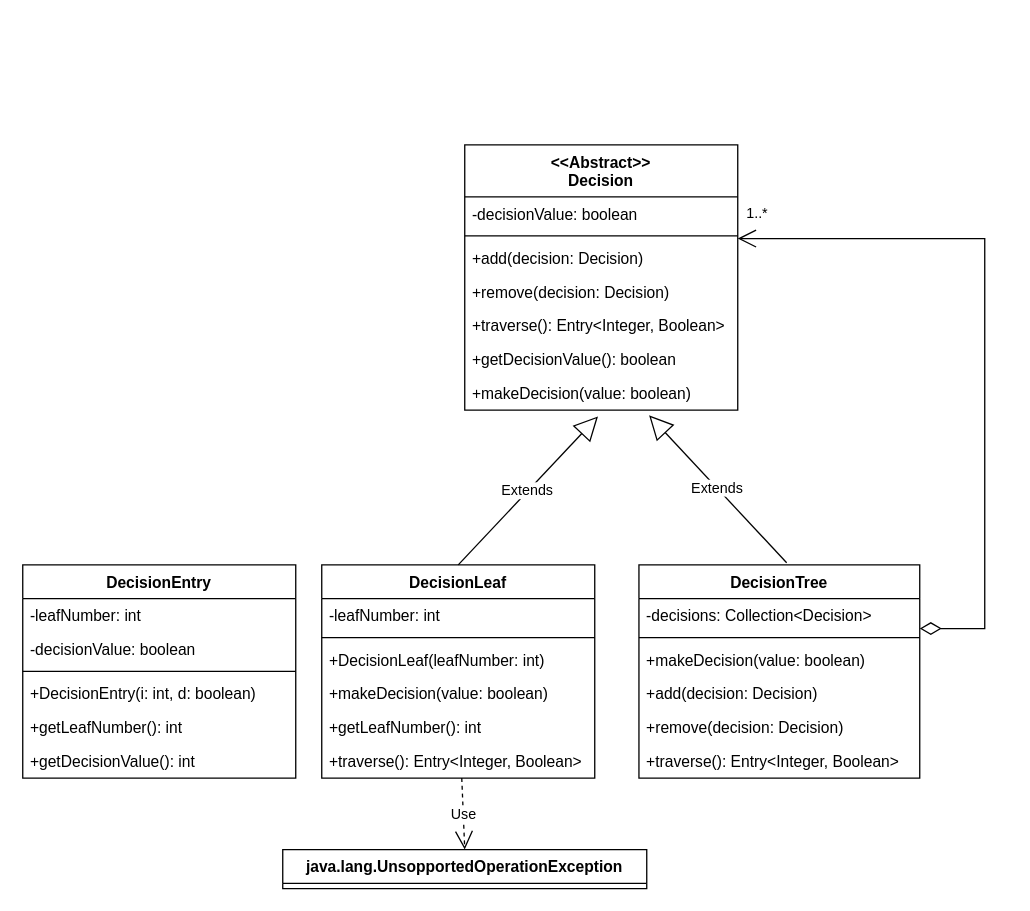
This is log/diagrams/UML/Raffaele/Secondo sprint - tasks.drawio from weiss25r/Progetto-ISS-2022-2023, a draw.io file, before an edit. Source tidied: cells renumbered, new cells numbered last; positions are measured from the earlier drawing's top-left corner, leaving out a move shared by most shapes. Both pictures are drawn from the tidied source at 130%, with x=0, y=0 at pixel (22, 144).
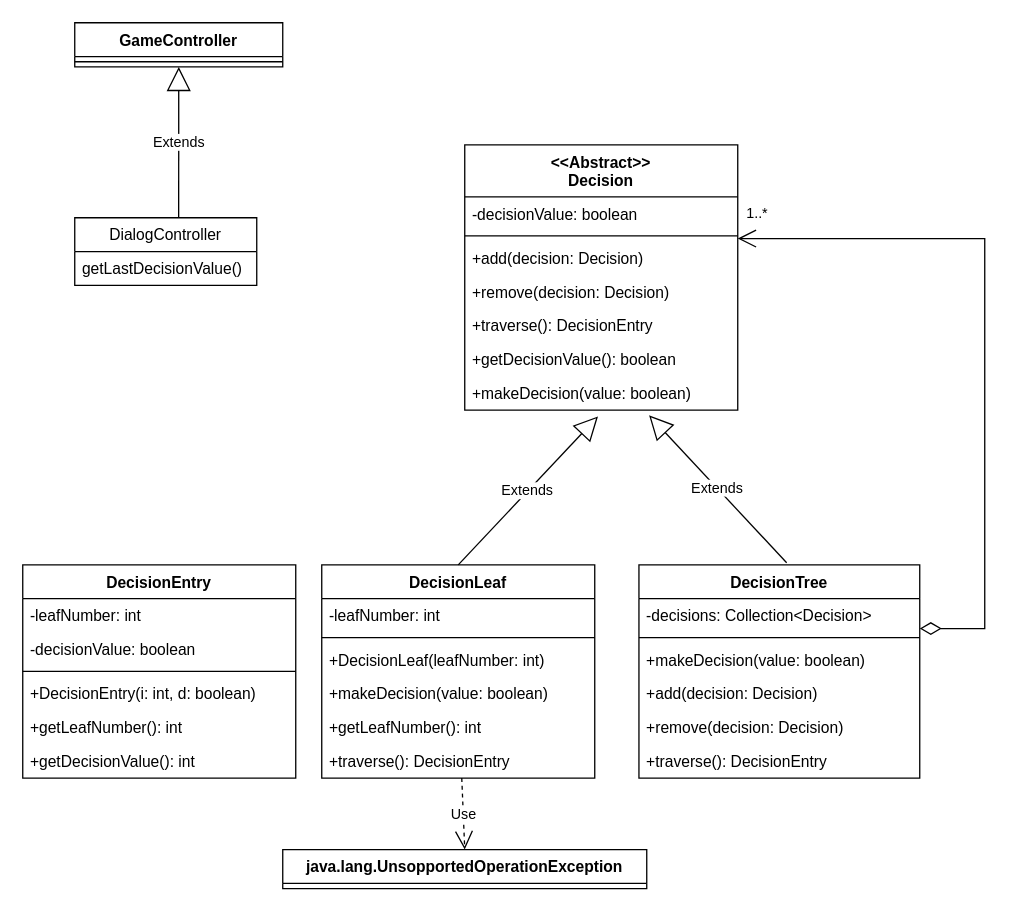
Above is the later version.

Unchanged cells that the change refers to:
```xml
<mxCell id="2" value="&lt;&lt;Abstract&gt;&gt;&#10;Decision&#10;" style="swimlane;fontStyle=1;align=center;verticalAlign=top;horizontal=1;startSize=40;" parent="1" vertex="1">
  <mxGeometry x="340" width="210" height="204" as="geometry" />
</mxCell>
<mxCell id="10" value="DecisionLeaf" style="swimlane;fontStyle=1;align=center;verticalAlign=top;horizontal=1;startSize=26;" parent="1" vertex="1">
  <mxGeometry x="230" y="323" width="210" height="164" as="geometry" />
</mxCell>
<mxCell id="17" value="DecisionTree" style="swimlane;fontStyle=1;align=center;verticalAlign=top;horizontal=1;startSize=26;" parent="1" vertex="1">
  <mxGeometry x="474" y="323" width="216" height="164" as="geometry" />
</mxCell>
```

The edit, as a diff of the source:
```diff
@@
-    <mxCell id="7" value="+traverse(): Entry&lt;Integer, Boolean&gt;" style="text;strokeColor=none;fillColor=none;align=left;verticalAlign=top;spacingLeft=4;spacingRight=4;overflow=hidden;" parent="2" vertex="1">
+    <mxCell id="7" value="+traverse(): DecisionEntry" style="text;strokeColor=none;fillColor=none;align=left;verticalAlign=top;spacingLeft=4;spacingRight=4;overflow=hidden;" parent="2" vertex="1">
       <mxGeometry y="126" width="210" height="26" as="geometry" />
     </mxCell>
@@
-    <mxCell id="16" value="+traverse(): Entry&lt;Integer, Boolean&gt;" style="text;strokeColor=none;fillColor=none;align=left;verticalAlign=top;spacingLeft=4;spacingRight=4;overflow=hidden;" parent="10" vertex="1">
+    <mxCell id="16" value="+traverse(): DecisionEntry" style="text;strokeColor=none;fillColor=none;align=left;verticalAlign=top;spacingLeft=4;spacingRight=4;overflow=hidden;" parent="10" vertex="1">
       <mxGeometry y="138" width="210" height="26" as="geometry" />
     </mxCell>
@@
-    <mxCell id="23" value="+traverse(): Entry&lt;Integer, Boolean&gt;" style="text;strokeColor=none;fillColor=none;align=left;verticalAlign=top;spacingLeft=4;spacingRight=4;overflow=hidden;" parent="17" vertex="1">
+    <mxCell id="23" value="+traverse(): DecisionEntry" style="text;strokeColor=none;fillColor=none;align=left;verticalAlign=top;spacingLeft=4;spacingRight=4;overflow=hidden;" parent="17" vertex="1">
       <mxGeometry y="138" width="216" height="26" as="geometry" />
     </mxCell>
@@
+    <mxCell id="36" value="DialogController" style="swimlane;fontStyle=0;horizontal=1;startSize=26;fillColor=none;" parent="1" vertex="1">
+      <mxGeometry x="40" y="56" width="140" height="52" as="geometry" />
+    </mxCell>
+    <mxCell id="37" value="getLastDecisionValue()" style="text;strokeColor=none;fillColor=none;align=left;verticalAlign=top;spacingLeft=4;spacingRight=4;overflow=hidden;" parent="36" vertex="1">
+      <mxGeometry y="26" width="140" height="26" as="geometry" />
+    </mxCell>
+    <mxCell id="38" value="GameController" style="swimlane;fontStyle=1;align=center;verticalAlign=top;horizontal=1;startSize=26;" parent="1" vertex="1">
+      <mxGeometry x="40" y="-94" width="160" height="34" as="geometry" />
+    </mxCell>
+    <mxCell id="39" style="line;strokeWidth=1;fillColor=none;align=left;verticalAlign=middle;spacingTop=-1;spacingLeft=3;spacingRight=3;labelPosition=right;strokeColor=inherit;" parent="38" vertex="1">
+      <mxGeometry y="26" width="160" height="8" as="geometry" />
+    </mxCell>
+    <mxCell id="40" value="Extends" style="endArrow=block;endSize=16;endFill=0;html=1;rounded=0;exitX=0.571;exitY=0;exitDx=0;exitDy=0;exitPerimeter=0;entryX=0.5;entryY=1;entryDx=0;entryDy=0;" parent="1" edge="1" source="36" target="38">
+      <mxGeometry relative="1" as="geometry" />
+    </mxCell>
```
